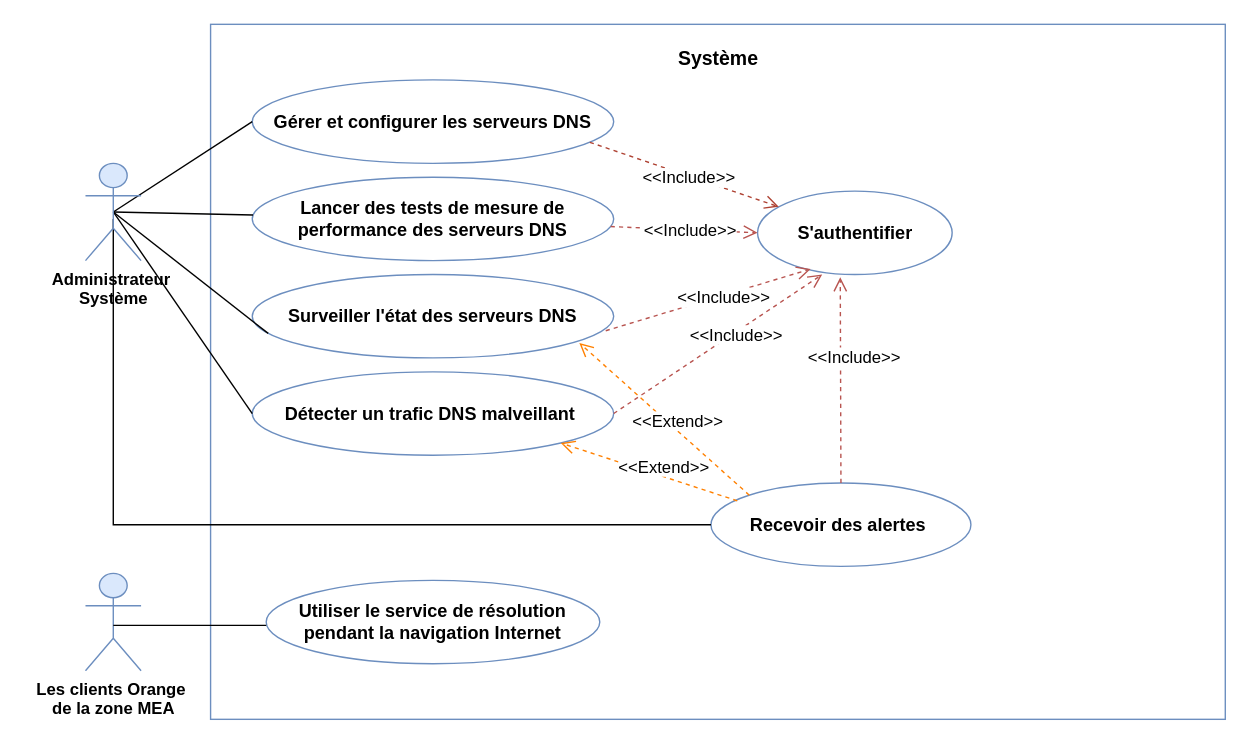
The draw.io diagram GlobalUseCase.drawio in eya-harbaoui/Diagramms, before the edit. Source tidied: cells renumbered, new cells numbered last; positions are measured from the earlier drawing's top-left corner, leaving out a move shared by most shapes. Both pictures are drawn from the tidied source at 139%, with x=0, y=0 at pixel (85, 24).
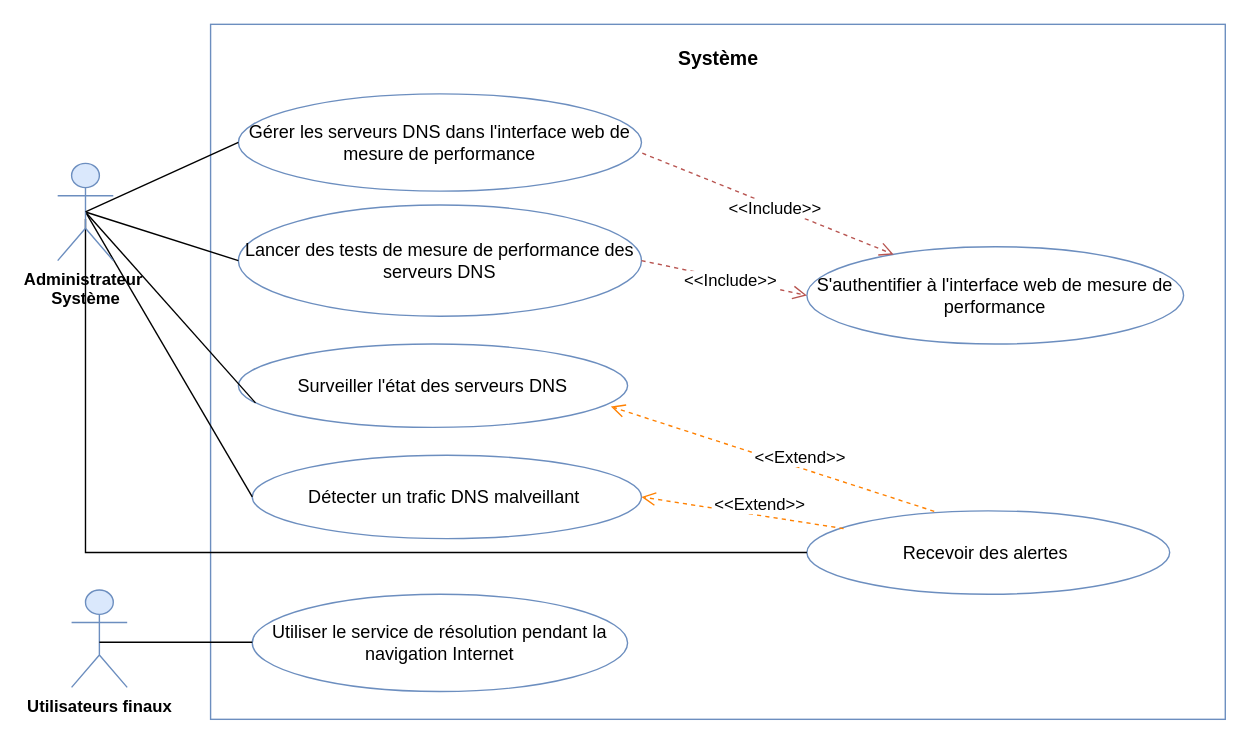
Above is the later version.

Commit message:
Mettre à jour GlobalUseCase.drawio

Change to the diagram source:
```diff
@@
-    <mxCell id="2" value="Les clients Orange&amp;nbsp;&lt;div&gt;de la zone MEA&lt;/div&gt;" style="shape=umlActor;verticalLabelPosition=bottom;verticalAlign=top;html=1;fontStyle=1;fillColor=#dae8fc;strokeColor=#6c8ebf;" parent="1" vertex="1">
-      <mxGeometry y="395" width="40" height="70" as="geometry" />
+    <mxCell id="2" value="Utilisateurs finaux" style="shape=umlActor;verticalLabelPosition=bottom;verticalAlign=top;html=1;fontStyle=1;fillColor=#dae8fc;strokeColor=#6c8ebf;" parent="1" vertex="1">
+      <mxGeometry x="-10" y="407" width="40" height="70" as="geometry" />
     </mxCell>
@@
-    <mxCell id="4" value="&lt;b&gt;&lt;font style=&quot;font-size: 13px;&quot;&gt;Gérer et configurer les serveurs DNS&lt;/font&gt;&lt;/b&gt;" style="ellipse;whiteSpace=wrap;html=1;fillColor=#FFFFFF;strokeColor=#6c8ebf;" parent="1" vertex="1">
-      <mxGeometry x="120" y="40" width="260" height="60" as="geometry" />
-    </mxCell>
@@
-    <mxCell id="6" value="&lt;b&gt;&lt;font style=&quot;font-size: 13px;&quot;&gt;Lancer des tests de mesure de performance des serveurs DNS&lt;/font&gt;&lt;/b&gt;" style="ellipse;whiteSpace=wrap;html=1;fillColor=#ffffff;strokeColor=#6C8EBF;" parent="1" vertex="1">
-      <mxGeometry x="120" y="110" width="260" height="60" as="geometry" />
+    <mxCell id="6" value="&lt;font style=&quot;font-size: 13px;&quot;&gt;Lancer des tests de mesure de performance des serveurs DNS&lt;/font&gt;" style="ellipse;whiteSpace=wrap;html=1;fillColor=#ffffff;strokeColor=#6C8EBF;" parent="1" vertex="1">
+      <mxGeometry x="110" y="130" width="290" height="80" as="geometry" />
     </mxCell>
-    <mxCell id="7" value="&lt;b&gt;&lt;font style=&quot;font-size: 13px;&quot;&gt;Surveiller l'état des serveurs DNS&lt;/font&gt;&lt;/b&gt;" style="ellipse;whiteSpace=wrap;html=1;strokeColor=#6C8EBF;" parent="1" vertex="1">
-      <mxGeometry x="120" y="180" width="260" height="60" as="geometry" />
+    <mxCell id="7" value="&lt;font style=&quot;font-size: 13px;&quot;&gt;Surveiller l'état des serveurs DNS&lt;/font&gt;" style="ellipse;whiteSpace=wrap;html=1;strokeColor=#6C8EBF;" parent="1" vertex="1">
+      <mxGeometry x="110" y="230" width="280" height="60" as="geometry" />
     </mxCell>
-    <mxCell id="8" value="&lt;b&gt;&lt;font style=&quot;font-size: 13px;&quot;&gt;Détecter un trafic DNS malveillant&amp;nbsp;&lt;/font&gt;&lt;/b&gt;" style="ellipse;whiteSpace=wrap;html=1;strokeColor=#6C8EBF;" parent="1" vertex="1">
-      <mxGeometry x="120" y="250" width="260" height="60" as="geometry" />
+    <mxCell id="8" value="&lt;font style=&quot;font-size: 13px;&quot;&gt;Détecter un trafic DNS malveillant&amp;nbsp;&lt;/font&gt;" style="ellipse;whiteSpace=wrap;html=1;strokeColor=#6C8EBF;" parent="1" vertex="1">
+      <mxGeometry x="120" y="310" width="280" height="60" as="geometry" />
     </mxCell>
-    <mxCell id="9" value="&lt;b&gt;&lt;font style=&quot;font-size: 13px;&quot;&gt;Recevoir des alertes&amp;nbsp;&lt;/font&gt;&lt;/b&gt;" style="ellipse;whiteSpace=wrap;html=1;strokeColor=#6C8EBF;" parent="1" vertex="1">
-      <mxGeometry x="450" y="330" width="187" height="60" as="geometry" />
+    <mxCell id="9" value="&lt;font style=&quot;font-size: 13px;&quot;&gt;Recevoir des alertes&amp;nbsp;&lt;/font&gt;" style="ellipse;whiteSpace=wrap;html=1;strokeColor=#6C8EBF;" parent="1" vertex="1">
+      <mxGeometry x="519" y="350" width="261" height="60" as="geometry" />
     </mxCell>
-    <mxCell id="10" value="&lt;b&gt;&lt;font style=&quot;font-size: 13px;&quot;&gt;S'authentifier&lt;/font&gt;&lt;/b&gt;" style="ellipse;whiteSpace=wrap;html=1;strokeColor=#6C8EBF;" parent="1" vertex="1">
-      <mxGeometry x="483.5" y="120" width="140" height="60" as="geometry" />
+    <mxCell id="10" value="&lt;font style=&quot;font-size: 13px;&quot;&gt;S'authentifier à&amp;nbsp;&lt;/font&gt;&lt;span style=&quot;font-size: 13px;&quot;&gt;l'interface web de mesure de performance&lt;/span&gt;" style="ellipse;whiteSpace=wrap;html=1;strokeColor=#6C8EBF;" parent="1" vertex="1">
+      <mxGeometry x="519" y="160" width="271" height="70" as="geometry" />
     </mxCell>
-    <mxCell id="11" value="&lt;b&gt;&lt;font style=&quot;font-size: 13px;&quot;&gt;Utiliser le service de résolution pendant la navigation Internet&lt;/font&gt;&lt;/b&gt;" style="ellipse;whiteSpace=wrap;html=1;strokeColor=#6C8EBF;" parent="1" vertex="1">
-      <mxGeometry x="130" y="400" width="240" height="60" as="geometry" />
+    <mxCell id="11" value="&lt;font style=&quot;font-size: 13px;&quot;&gt;Utiliser le service de résolution pendant la navigation Internet&lt;/font&gt;" style="ellipse;whiteSpace=wrap;html=1;strokeColor=#6C8EBF;" parent="1" vertex="1">
+      <mxGeometry x="120" y="410" width="270" height="70" as="geometry" />
     </mxCell>
-    <mxCell id="12" value="&lt;font style=&quot;font-size: 12px;&quot;&gt;&amp;lt;&amp;lt;Include&amp;gt;&amp;gt;&lt;/font&gt;" style="html=1;verticalAlign=bottom;endArrow=open;dashed=1;endSize=8;curved=0;rounded=0;exitX=0.934;exitY=0.748;exitDx=0;exitDy=0;exitPerimeter=0;fillColor=#fad9d5;strokeColor=#ae4132;" parent="1" edge="1" source="4" target="10">
-      <mxGeometry x="0.1" y="-10" relative="1" as="geometry" />
-    </mxCell>
-    <mxCell id="13" value="&lt;font style=&quot;font-size: 12px;&quot;&gt;&amp;lt;&amp;lt;Include&amp;gt;&amp;gt;&lt;/font&gt;" style="html=1;verticalAlign=bottom;endArrow=open;dashed=1;endSize=8;curved=0;rounded=0;entryX=0;entryY=0.5;entryDx=0;entryDy=0;fillColor=#f8cecc;strokeColor=#b85450;" parent="1" edge="1" source="6" target="10">
-      <mxGeometry x="0.1" y="-10" relative="1" as="geometry" />
-    </mxCell>
-    <mxCell id="14" value="&lt;font style=&quot;font-size: 12px;&quot;&gt;&amp;lt;&amp;lt;Include&amp;gt;&amp;gt;&lt;/font&gt;" style="html=1;verticalAlign=bottom;endArrow=open;dashed=1;endSize=8;curved=0;rounded=0;exitX=0.978;exitY=0.674;exitDx=0;exitDy=0;exitPerimeter=0;entryX=0.273;entryY=0.934;entryDx=0;entryDy=0;entryPerimeter=0;fillColor=#f8cecc;strokeColor=#b85450;" parent="1" edge="1" source="7" target="10">
-      <mxGeometry x="0.1" y="-10" relative="1" as="geometry" />
-    </mxCell>
-    <mxCell id="15" value="&lt;font style=&quot;font-size: 12px;&quot;&gt;&amp;lt;&amp;lt;Include&amp;gt;&amp;gt;&lt;/font&gt;" style="html=1;verticalAlign=bottom;endArrow=open;dashed=1;endSize=8;curved=0;rounded=0;exitX=1;exitY=0.5;exitDx=0;exitDy=0;fillColor=#f8cecc;strokeColor=#b85450;" parent="1" edge="1" source="8">
-      <mxGeometry x="0.1" y="-10" relative="1" as="geometry">
-        <mxPoint x="530" y="180" as="targetPoint" />
-      </mxGeometry>
-    </mxCell>
-    <mxCell id="16" value="&lt;font style=&quot;font-size: 12px;&quot;&gt;&amp;lt;&amp;lt;Include&amp;gt;&amp;gt;&lt;/font&gt;" style="html=1;verticalAlign=bottom;endArrow=open;dashed=1;endSize=8;curved=0;rounded=0;fillColor=#f8cecc;strokeColor=#b85450;exitX=0.5;exitY=0;exitDx=0;exitDy=0;" parent="1" edge="1" source="9">
-      <mxGeometry x="0.1" y="-10" relative="1" as="geometry">
-        <mxPoint x="543" y="182" as="targetPoint" />
-      </mxGeometry>
+    <mxCell id="16" value="&lt;font style=&quot;font-size: 12px;&quot;&gt;&amp;lt;&amp;lt;Include&amp;gt;&amp;gt;&lt;/font&gt;" style="html=1;verticalAlign=bottom;endArrow=open;dashed=1;endSize=8;curved=0;rounded=0;fillColor=#f8cecc;strokeColor=#b85450;exitX=1;exitY=0.5;exitDx=0;exitDy=0;entryX=0;entryY=0.5;entryDx=0;entryDy=0;" parent="1" edge="1" source="6" target="10">
+      <mxGeometry x="0.1" y="-10" relative="1" as="geometry" />
     </mxCell>
-    <mxCell id="17" style="endArrow=none;html=1;rounded=0;entryX=0;entryY=0.5;entryDx=0;entryDy=0;exitX=0.5;exitY=0.5;exitDx=0;exitDy=0;exitPerimeter=0;fillColor=#fad9d5;strokeColor=#000000;" parent="1" edge="1" source="25" target="4">
-      <mxGeometry relative="1" as="geometry" />
-    </mxCell>
-    <mxCell id="18" style="endArrow=none;html=1;rounded=0;fillColor=#fad9d5;strokeColor=#000000;exitX=0.5;exitY=0.5;exitDx=0;exitDy=0;exitPerimeter=0;" parent="1" edge="1" source="25" target="6">
+    <mxCell id="18" style="endArrow=none;html=1;rounded=0;fillColor=#fad9d5;strokeColor=#000000;exitX=0.5;exitY=0.5;exitDx=0;exitDy=0;exitPerimeter=0;entryX=0;entryY=0.5;entryDx=0;entryDy=0;" parent="1" edge="1" source="25" target="6">
       <mxGeometry relative="1" as="geometry" />
     </mxCell>
@@
     <mxCell id="21" style="endArrow=none;html=1;rounded=0;exitX=1;exitY=0.5;exitDx=0;exitDy=0;fillColor=#fad9d5;strokeColor=#000000;" parent="1" edge="1">
       <mxGeometry relative="1" as="geometry">
-        <mxPoint x="20" y="432.4" as="sourcePoint" />
-        <mxPoint x="130" y="432.4" as="targetPoint" />
+        <mxPoint x="10" y="444.5" as="sourcePoint" />
+        <mxPoint x="120" y="444.5" as="targetPoint" />
       </mxGeometry>
     </mxCell>
-    <mxCell id="22" style="endArrow=none;html=1;rounded=0;exitX=0.5;exitY=0.5;exitDx=0;exitDy=0;exitPerimeter=0;fillColor=#fad9d5;strokeColor=#000000;edgeStyle=elbowEdgeStyle;elbow=vertical;entryX=0;entryY=0.5;entryDx=0;entryDy=0;strokeWidth=1;" parent="1" edge="1" target="9">
+    <mxCell id="22" style="endArrow=none;html=1;rounded=0;exitX=0.5;exitY=0.5;exitDx=0;exitDy=0;exitPerimeter=0;fillColor=#fad9d5;strokeColor=#000000;edgeStyle=elbowEdgeStyle;elbow=vertical;strokeWidth=1;" parent="1" edge="1" target="9">
       <mxGeometry relative="1" as="geometry">
-        <mxPoint x="20" y="140" as="sourcePoint" />
+        <mxPoint y="140" as="sourcePoint" />
         <Array as="points">
-          <mxPoint x="40" y="360" />
+          <mxPoint y="380" />
+          <mxPoint x="20" y="360" />
         </Array>
       </mxGeometry>
     </mxCell>
-    <mxCell id="23" value="&lt;font style=&quot;font-size: 12px;&quot;&gt;&amp;lt;&amp;lt;Extend&amp;gt;&amp;gt;&lt;/font&gt;" style="html=1;verticalAlign=bottom;endArrow=open;dashed=1;endSize=8;curved=0;rounded=0;exitX=0;exitY=0;exitDx=0;exitDy=0;entryX=0.905;entryY=0.82;entryDx=0;entryDy=0;fillColor=#f8cecc;strokeColor=#FF8000;entryPerimeter=0;" parent="1" edge="1" source="9" target="7">
+    <mxCell id="23" value="&lt;font style=&quot;font-size: 12px;&quot;&gt;&amp;lt;&amp;lt;Extend&amp;gt;&amp;gt;&lt;/font&gt;" style="html=1;verticalAlign=bottom;endArrow=open;dashed=1;endSize=8;curved=0;rounded=0;exitX=0.351;exitY=0.006;exitDx=0;exitDy=0;entryX=0.957;entryY=0.75;entryDx=0;entryDy=0;fillColor=#f8cecc;strokeColor=#FF8000;entryPerimeter=0;exitPerimeter=0;" parent="1" edge="1" source="9" target="7">
       <mxGeometry x="-0.17" y="2" relative="1" as="geometry" />
     </mxCell>
-    <mxCell id="24" value="&lt;font style=&quot;font-size: 12px;&quot;&gt;&amp;lt;&amp;lt;Extend&amp;gt;&amp;gt;&lt;/font&gt;" style="html=1;verticalAlign=bottom;endArrow=open;dashed=1;endSize=8;curved=0;rounded=0;exitX=0.101;exitY=0.213;exitDx=0;exitDy=0;entryX=1;entryY=1;entryDx=0;entryDy=0;fillColor=#f8cecc;strokeColor=#FF8000;exitPerimeter=0;" parent="1" edge="1" source="9" target="8">
+    <mxCell id="24" value="&lt;font style=&quot;font-size: 12px;&quot;&gt;&amp;lt;&amp;lt;Extend&amp;gt;&amp;gt;&lt;/font&gt;" style="html=1;verticalAlign=bottom;endArrow=open;dashed=1;endSize=8;curved=0;rounded=0;exitX=0.101;exitY=0.213;exitDx=0;exitDy=0;entryX=1;entryY=0.5;entryDx=0;entryDy=0;fillColor=#f8cecc;strokeColor=#FF8000;exitPerimeter=0;" parent="1" edge="1" source="9" target="8">
       <mxGeometry x="-0.17" y="2" relative="1" as="geometry" />
     </mxCell>
     <mxCell id="25" value="Administrateur&amp;nbsp;&lt;div&gt;Système&lt;/div&gt;" style="shape=umlActor;verticalLabelPosition=bottom;verticalAlign=top;html=1;outlineConnect=0;fontStyle=1;fillColor=#dae8fc;strokeColor=#6c8ebf;" parent="1" vertex="1">
-      <mxGeometry y="100" width="40" height="70" as="geometry" />
+      <mxGeometry x="-20" y="100" width="40" height="70" as="geometry" />
     </mxCell>
+    <mxCell id="26" value="&lt;font style=&quot;font-size: 13px;&quot;&gt;Gérer les serveurs DNS dans l'interface web de mesure de performance&lt;/font&gt;" style="ellipse;whiteSpace=wrap;html=1;fillColor=#ffffff;strokeColor=#6C8EBF;" parent="1" vertex="1">
+      <mxGeometry x="110" y="50" width="290" height="70" as="geometry" />
+    </mxCell>
+    <mxCell id="27" style="endArrow=none;html=1;rounded=0;fillColor=#fad9d5;strokeColor=#000000;exitX=0.5;exitY=0.5;exitDx=0;exitDy=0;exitPerimeter=0;entryX=0;entryY=0.5;entryDx=0;entryDy=0;" parent="1" edge="1" source="25">
+      <mxGeometry relative="1" as="geometry">
+        <mxPoint x="110" y="85" as="targetPoint" />
+      </mxGeometry>
+    </mxCell>
+    <mxCell id="28" value="&lt;font style=&quot;font-size: 12px;&quot;&gt;&amp;lt;&amp;lt;Include&amp;gt;&amp;gt;&lt;/font&gt;" style="html=1;verticalAlign=bottom;endArrow=open;dashed=1;endSize=8;curved=0;rounded=0;fillColor=#f8cecc;strokeColor=#b85450;exitX=1.002;exitY=0.61;exitDx=0;exitDy=0;exitPerimeter=0;" parent="1" edge="1" source="26" target="10">
+      <mxGeometry x="0.1" y="-10" relative="1" as="geometry" />
+    </mxCell>
```
